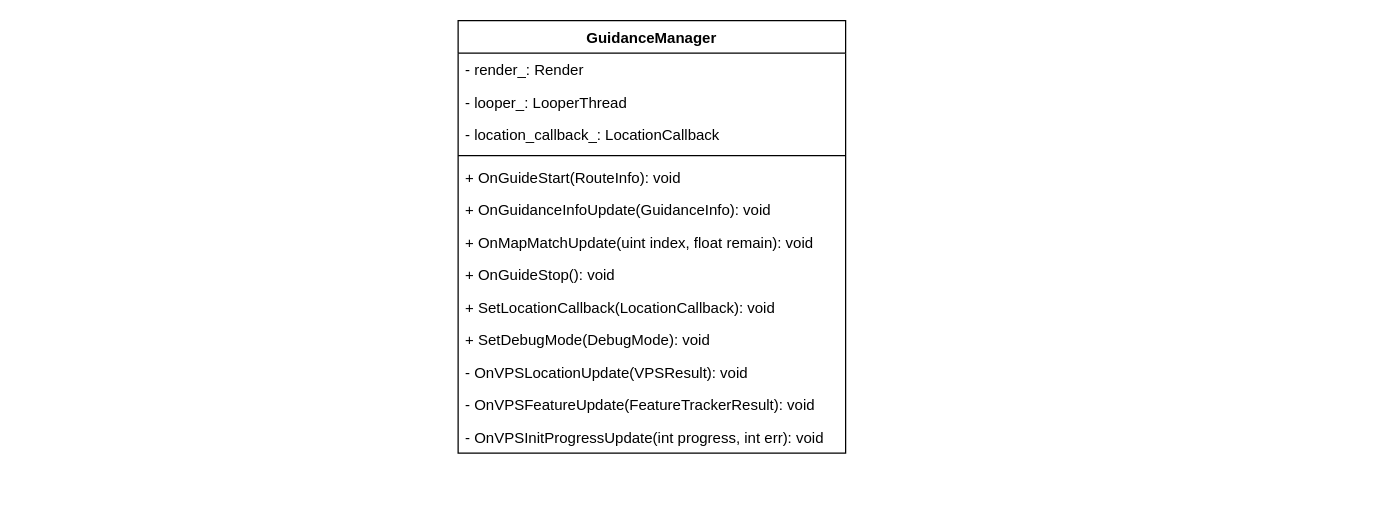
Above: page "Page-15" (15 of 15) of AR 客户端架构.drawio in wangziji/graphics (draw.io), before the change. Source tidied: cells renumbered, new cells numbered last; positions are measured from the earlier drawing's top-left corner, leaving out a move shared by most shapes. Both pictures are drawn from the tidied source at 125%, with x=0, y=0 at pixel (458, 20).
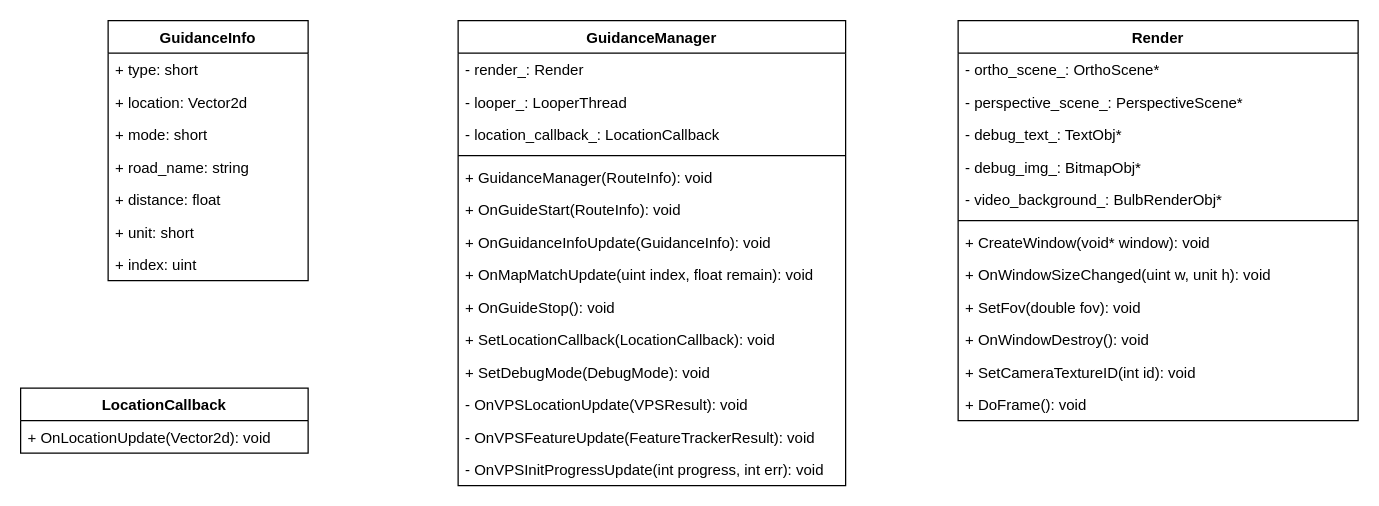
The same diagram, later.

Commit message:
Update AR 客户端架构.drawio

Change to the diagram source:
```diff
@@
     <mxCell id="2" value="GuidanceManager" style="swimlane;fontStyle=1;align=center;verticalAlign=top;horizontal=1;startSize=26;" parent="1" vertex="1">
-      <mxGeometry width="310" height="346" as="geometry" />
+      <mxGeometry width="310" height="372" as="geometry" />
     </mxCell>
@@
-    <mxCell id="7" value="+ OnGuideStart(RouteInfo): void" style="text;strokeColor=none;fillColor=none;align=left;verticalAlign=top;spacingLeft=4;spacingRight=4;overflow=hidden;" parent="2" vertex="1">
+    <mxCell id="7" value="+ GuidanceManager(RouteInfo): void" style="text;strokeColor=none;fillColor=none;align=left;verticalAlign=top;spacingLeft=4;spacingRight=4;overflow=hidden;" parent="2" vertex="1">
       <mxGeometry y="112" width="310" height="26" as="geometry" />
     </mxCell>
+    <mxCell id="16" value="+ OnGuideStart(RouteInfo): void" style="text;strokeColor=none;fillColor=none;align=left;verticalAlign=top;spacingLeft=4;spacingRight=4;overflow=hidden;" parent="2" vertex="1">
+      <mxGeometry y="138" width="310" height="26" as="geometry" />
+    </mxCell>
     <mxCell id="8" value="+ OnGuidanceInfoUpdate(GuidanceInfo): void" style="text;strokeColor=none;fillColor=none;align=left;verticalAlign=top;spacingLeft=4;spacingRight=4;overflow=hidden;" parent="2" vertex="1">
-      <mxGeometry y="138" width="310" height="26" as="geometry" />
+      <mxGeometry y="164" width="310" height="26" as="geometry" />
     </mxCell>
     <mxCell id="9" value="+ OnMapMatchUpdate(uint index, float remain): void" style="text;strokeColor=none;fillColor=none;align=left;verticalAlign=top;spacingLeft=4;spacingRight=4;overflow=hidden;" parent="2" vertex="1">
-      <mxGeometry y="164" width="310" height="26" as="geometry" />
+      <mxGeometry y="190" width="310" height="26" as="geometry" />
     </mxCell>
     <mxCell id="10" value="+ OnGuideStop(): void" style="text;strokeColor=none;fillColor=none;align=left;verticalAlign=top;spacingLeft=4;spacingRight=4;overflow=hidden;" parent="2" vertex="1">
-      <mxGeometry y="190" width="310" height="26" as="geometry" />
+      <mxGeometry y="216" width="310" height="26" as="geometry" />
     </mxCell>
     <mxCell id="11" value="+ SetLocationCallback(LocationCallback): void" style="text;strokeColor=none;fillColor=none;align=left;verticalAlign=top;spacingLeft=4;spacingRight=4;overflow=hidden;" parent="2" vertex="1">
-      <mxGeometry y="216" width="310" height="26" as="geometry" />
+      <mxGeometry y="242" width="310" height="26" as="geometry" />
     </mxCell>
     <mxCell id="12" value="+ SetDebugMode(DebugMode): void" style="text;strokeColor=none;fillColor=none;align=left;verticalAlign=top;spacingLeft=4;spacingRight=4;overflow=hidden;" parent="2" vertex="1">
-      <mxGeometry y="242" width="310" height="26" as="geometry" />
+      <mxGeometry y="268" width="310" height="26" as="geometry" />
     </mxCell>
     <mxCell id="13" value="- OnVPSLocationUpdate(VPSResult): void" style="text;strokeColor=none;fillColor=none;align=left;verticalAlign=top;spacingLeft=4;spacingRight=4;overflow=hidden;" parent="2" vertex="1">
-      <mxGeometry y="268" width="310" height="26" as="geometry" />
+      <mxGeometry y="294" width="310" height="26" as="geometry" />
     </mxCell>
     <mxCell id="14" value="- OnVPSFeatureUpdate(FeatureTrackerResult): void" style="text;strokeColor=none;fillColor=none;align=left;verticalAlign=top;spacingLeft=4;spacingRight=4;overflow=hidden;" parent="2" vertex="1">
-      <mxGeometry y="294" width="310" height="26" as="geometry" />
+      <mxGeometry y="320" width="310" height="26" as="geometry" />
     </mxCell>
     <mxCell id="15" value="- OnVPSInitProgressUpdate(int progress, int err): void" style="text;strokeColor=none;fillColor=none;align=left;verticalAlign=top;spacingLeft=4;spacingRight=4;overflow=hidden;" parent="2" vertex="1">
-      <mxGeometry y="320" width="310" height="26" as="geometry" />
+      <mxGeometry y="346" width="310" height="26" as="geometry" />
     </mxCell>
+    <mxCell id="17" value="Render" style="swimlane;fontStyle=1;align=center;verticalAlign=top;horizontal=1;startSize=26;" parent="1" vertex="1">
+      <mxGeometry x="400" width="320" height="320" as="geometry" />
+    </mxCell>
+    <mxCell id="18" value="- ortho_scene_: OrthoScene*" style="text;strokeColor=none;fillColor=none;align=left;verticalAlign=top;spacingLeft=4;spacingRight=4;overflow=hidden;" parent="17" vertex="1">
+      <mxGeometry y="26" width="320" height="26" as="geometry" />
+    </mxCell>
+    <mxCell id="19" value="- perspective_scene_: PerspectiveScene*" style="text;strokeColor=none;fillColor=none;align=left;verticalAlign=top;spacingLeft=4;spacingRight=4;overflow=hidden;" parent="17" vertex="1">
+      <mxGeometry y="52" width="320" height="26" as="geometry" />
+    </mxCell>
+    <mxCell id="20" value="- debug_text_: TextObj*" style="text;strokeColor=none;fillColor=none;align=left;verticalAlign=top;spacingLeft=4;spacingRight=4;overflow=hidden;" parent="17" vertex="1">
+      <mxGeometry y="78" width="320" height="26" as="geometry" />
+    </mxCell>
+    <mxCell id="21" value="- debug_img_: BitmapObj*" style="text;strokeColor=none;fillColor=none;align=left;verticalAlign=top;spacingLeft=4;spacingRight=4;overflow=hidden;" parent="17" vertex="1">
+      <mxGeometry y="104" width="320" height="26" as="geometry" />
+    </mxCell>
+    <mxCell id="22" value="- video_background_: BulbRenderObj*" style="text;strokeColor=none;fillColor=none;align=left;verticalAlign=top;spacingLeft=4;spacingRight=4;overflow=hidden;" parent="17" vertex="1">
+      <mxGeometry y="130" width="320" height="26" as="geometry" />
+    </mxCell>
+    <mxCell id="23" style="line;strokeWidth=1;fillColor=none;align=left;verticalAlign=middle;spacingTop=-1;spacingLeft=3;spacingRight=3;labelPosition=right;" parent="17" vertex="1">
+      <mxGeometry y="156" width="320" height="8" as="geometry" />
+    </mxCell>
+    <mxCell id="24" value="+ CreateWindow(void* window): void" style="text;strokeColor=none;fillColor=none;align=left;verticalAlign=top;spacingLeft=4;spacingRight=4;overflow=hidden;" parent="17" vertex="1">
+      <mxGeometry y="164" width="320" height="26" as="geometry" />
+    </mxCell>
+    <mxCell id="25" value="+ OnWindowSizeChanged(uint w, unit h): void" style="text;strokeColor=none;fillColor=none;align=left;verticalAlign=top;spacingLeft=4;spacingRight=4;overflow=hidden;" parent="17" vertex="1">
+      <mxGeometry y="190" width="320" height="26" as="geometry" />
+    </mxCell>
+    <mxCell id="26" value="+ SetFov(double fov): void" style="text;strokeColor=none;fillColor=none;align=left;verticalAlign=top;spacingLeft=4;spacingRight=4;overflow=hidden;" parent="17" vertex="1">
+      <mxGeometry y="216" width="320" height="26" as="geometry" />
+    </mxCell>
+    <mxCell id="27" value="+ OnWindowDestroy(): void" style="text;strokeColor=none;fillColor=none;align=left;verticalAlign=top;spacingLeft=4;spacingRight=4;overflow=hidden;" parent="17" vertex="1">
+      <mxGeometry y="242" width="320" height="26" as="geometry" />
+    </mxCell>
+    <mxCell id="28" value="+ SetCameraTextureID(int id): void" style="text;strokeColor=none;fillColor=none;align=left;verticalAlign=top;spacingLeft=4;spacingRight=4;overflow=hidden;" parent="17" vertex="1">
+      <mxGeometry y="268" width="320" height="26" as="geometry" />
+    </mxCell>
+    <mxCell id="29" value="+ DoFrame(): void" style="text;strokeColor=none;fillColor=none;align=left;verticalAlign=top;spacingLeft=4;spacingRight=4;overflow=hidden;" parent="17" vertex="1">
+      <mxGeometry y="294" width="320" height="26" as="geometry" />
+    </mxCell>
+    <mxCell id="30" value="GuidanceInfo" style="swimlane;fontStyle=1;align=center;verticalAlign=top;horizontal=1;startSize=26;" parent="1" vertex="1">
+      <mxGeometry x="-280" width="160" height="208" as="geometry" />
+    </mxCell>
+    <mxCell id="31" value="+ type: short" style="text;strokeColor=none;fillColor=none;align=left;verticalAlign=top;spacingLeft=4;spacingRight=4;overflow=hidden;" parent="30" vertex="1">
+      <mxGeometry y="26" width="160" height="26" as="geometry" />
+    </mxCell>
+    <mxCell id="32" value="+ location: Vector2d" style="text;strokeColor=none;fillColor=none;align=left;verticalAlign=top;spacingLeft=4;spacingRight=4;overflow=hidden;" parent="30" vertex="1">
+      <mxGeometry y="52" width="160" height="26" as="geometry" />
+    </mxCell>
+    <mxCell id="33" value="+ mode: short" style="text;strokeColor=none;fillColor=none;align=left;verticalAlign=top;spacingLeft=4;spacingRight=4;overflow=hidden;" parent="30" vertex="1">
+      <mxGeometry y="78" width="160" height="26" as="geometry" />
+    </mxCell>
+    <mxCell id="34" value="+ road_name: string" style="text;strokeColor=none;fillColor=none;align=left;verticalAlign=top;spacingLeft=4;spacingRight=4;overflow=hidden;" parent="30" vertex="1">
+      <mxGeometry y="104" width="160" height="26" as="geometry" />
+    </mxCell>
+    <mxCell id="35" value="+ distance: float" style="text;strokeColor=none;fillColor=none;align=left;verticalAlign=top;spacingLeft=4;spacingRight=4;overflow=hidden;" parent="30" vertex="1">
+      <mxGeometry y="130" width="160" height="26" as="geometry" />
+    </mxCell>
+    <mxCell id="36" value="+ unit: short" style="text;strokeColor=none;fillColor=none;align=left;verticalAlign=top;spacingLeft=4;spacingRight=4;overflow=hidden;" parent="30" vertex="1">
+      <mxGeometry y="156" width="160" height="26" as="geometry" />
+    </mxCell>
+    <mxCell id="37" value="+ index: uint" style="text;strokeColor=none;fillColor=none;align=left;verticalAlign=top;spacingLeft=4;spacingRight=4;overflow=hidden;" parent="30" vertex="1">
+      <mxGeometry y="182" width="160" height="26" as="geometry" />
+    </mxCell>
+    <mxCell id="38" value="LocationCallback" style="swimlane;fontStyle=1;align=center;verticalAlign=top;horizontal=1;startSize=26;" parent="1" vertex="1">
+      <mxGeometry x="-350" y="294" width="230" height="52" as="geometry" />
+    </mxCell>
+    <mxCell id="39" value="+ OnLocationUpdate(Vector2d): void" style="text;strokeColor=none;fillColor=none;align=left;verticalAlign=top;spacingLeft=4;spacingRight=4;overflow=hidden;" parent="38" vertex="1">
+      <mxGeometry y="26" width="230" height="26" as="geometry" />
+    </mxCell>
```
